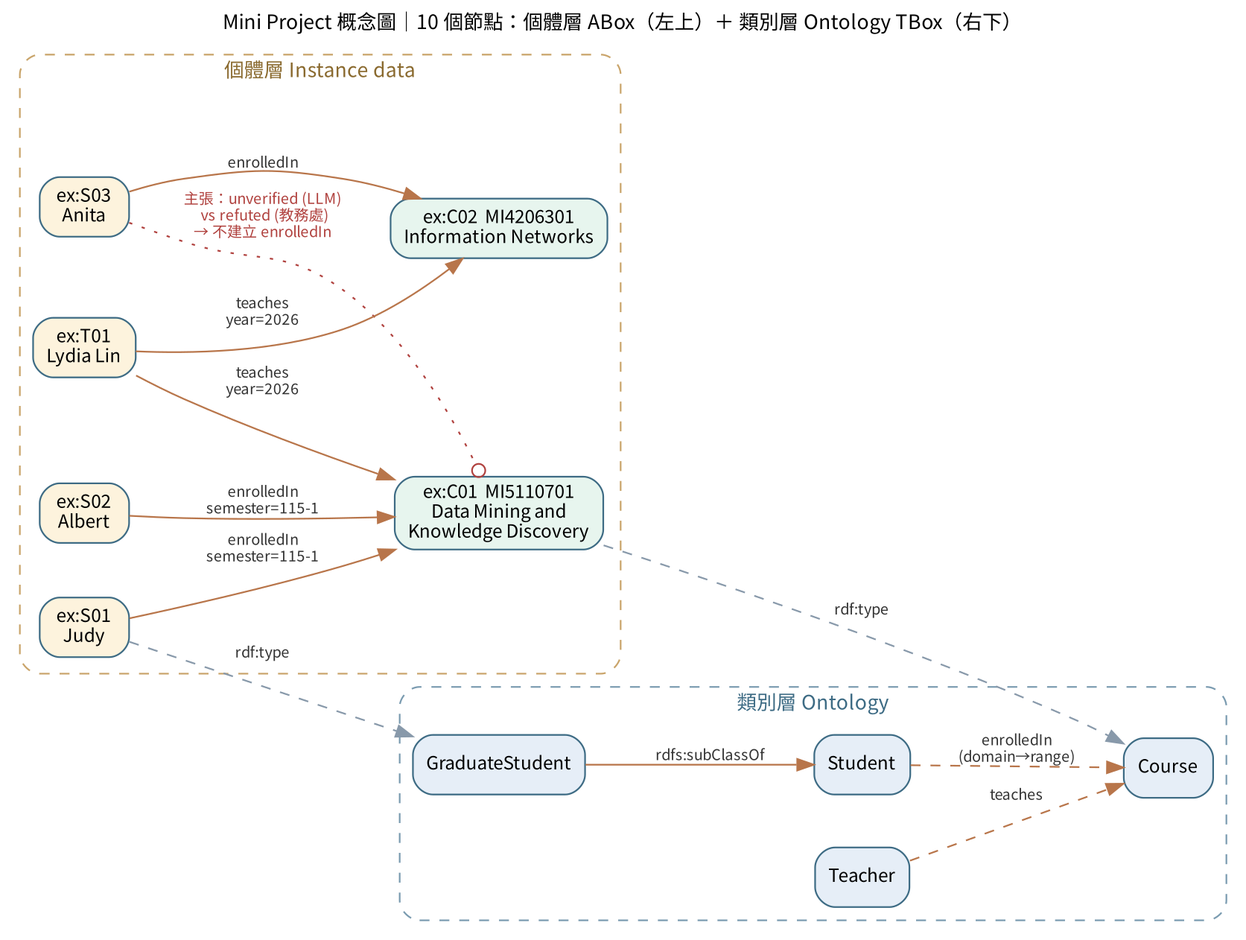
Earlier version of the Graphviz export out/concept_map.png (Lydia-HML/kg-mini-project). Its source is kept beside it as concept_map.dot.
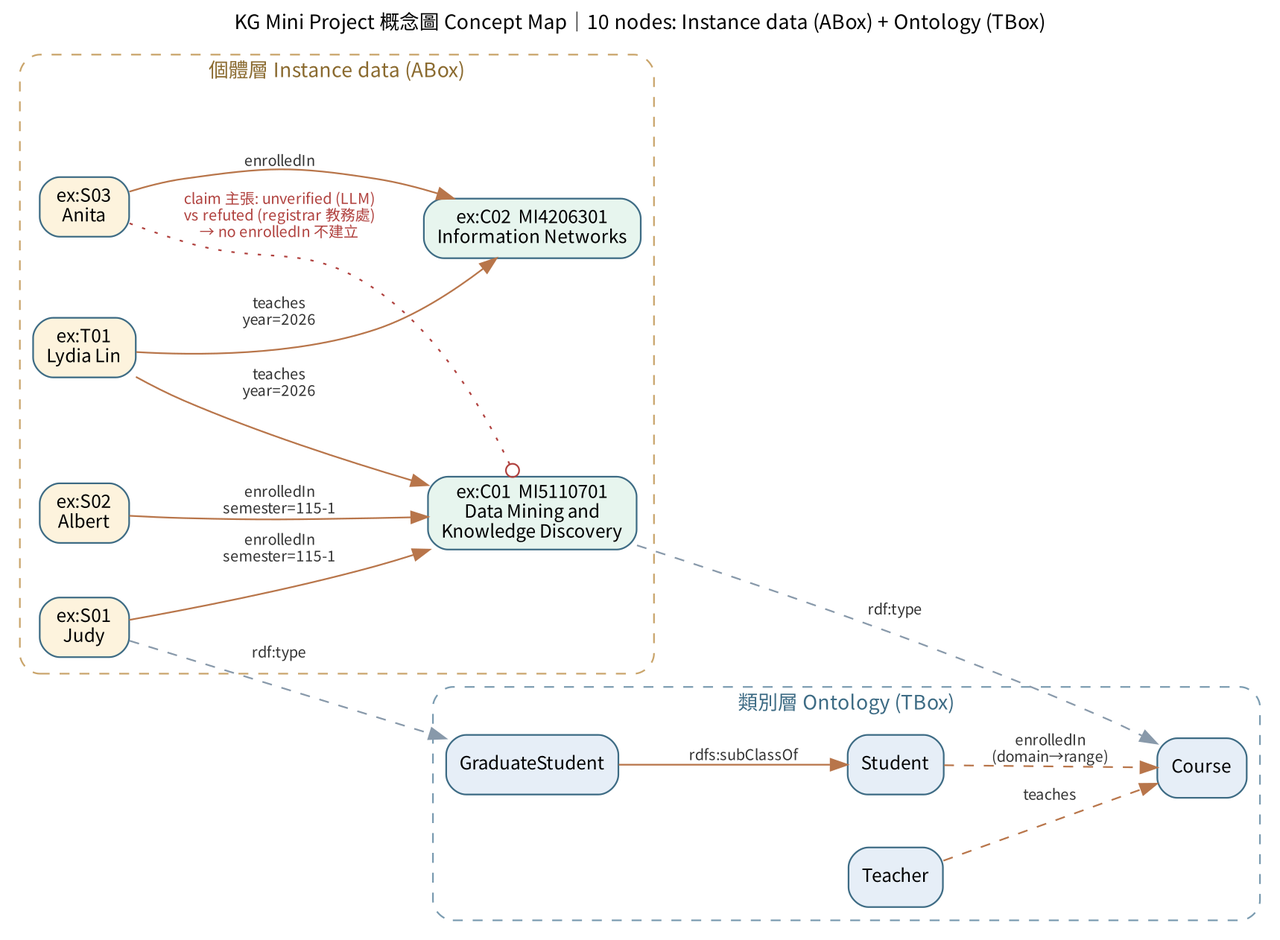
The same file after the commit.

Commit message:
Bilingual README with concept map and requirements section

What changed in the source:
```diff
@@ -1,11 +1,11 @@
 digraph KG {
   graph [rankdir=LR, fontname="Noto Sans CJK TC", fontsize=12, nodesep=0.45, ranksep=0.8, bgcolor="white",
-         label="Mini Project 概念圖｜10 個節點：個體層 ABox（左上）＋ 類別層 Ontology TBox（右下）", labelloc=t];
+         label="KG Mini Project 概念圖 Concept Map｜10 nodes: Instance data (ABox) + Ontology (TBox)", labelloc=t];
   node  [fontname="Noto Sans CJK TC", fontsize=11, shape=box, style="rounded,filled", color="#3d6b84"];
   edge  [fontname="Noto Sans CJK TC", fontsize=9, color="#b8754a", fontcolor="#333333"];
 
   subgraph cluster_tbox {
-    label="類別層 Ontology"; style="rounded,dashed"; color="#7a9bb0"; fontcolor="#3d6b84";
+    label="類別層 Ontology (TBox)"; style="rounded,dashed"; color="#7a9bb0"; fontcolor="#3d6b84";
     GraduateStudent [fillcolor="#e6eef7"];
     Student [fillcolor="#e6eef7"];
     Course  [fillcolor="#e6eef7"];
@@ -16,7 +16,7 @@
   }
 
   subgraph cluster_abox {
-    label="個體層 Instance data"; style="rounded,dashed"; color="#c9a46a"; fontcolor="#8a6a2f";
+    label="個體層 Instance data (ABox)"; style="rounded,dashed"; color="#c9a46a"; fontcolor="#8a6a2f";
     S01 [label="ex:S01\nJudy", fillcolor="#fdf3dd"];
     S02 [label="ex:S02\nAlbert", fillcolor="#fdf3dd"];
     S03 [label="ex:S03\nAnita", fillcolor="#fdf3dd"];
@@ -28,7 +28,7 @@
     S03 -> C02 [label="enrolledIn"];
     T01 -> C02 [label="teaches\nyear=2026"];
     T01 -> C01 [label="teaches\nyear=2026"];
-    S03 -> C01 [label="主張：unverified (LLM)\n vs refuted (教務處)\n→ 不建立 enrolledIn", style=dotted, color="#b0413e", fontcolor="#b0413e", arrowhead=odot];
+    S03 -> C01 [label="claim 主張: unverified (LLM)\nvs refuted (registrar 教務處)\n→ no enrolledIn 不建立", style=dotted, color="#b0413e", fontcolor="#b0413e", arrowhead=odot];
   }
 
   S01 -> GraduateStudent [label="rdf:type", color="#8899aa", style=dashed];
```
